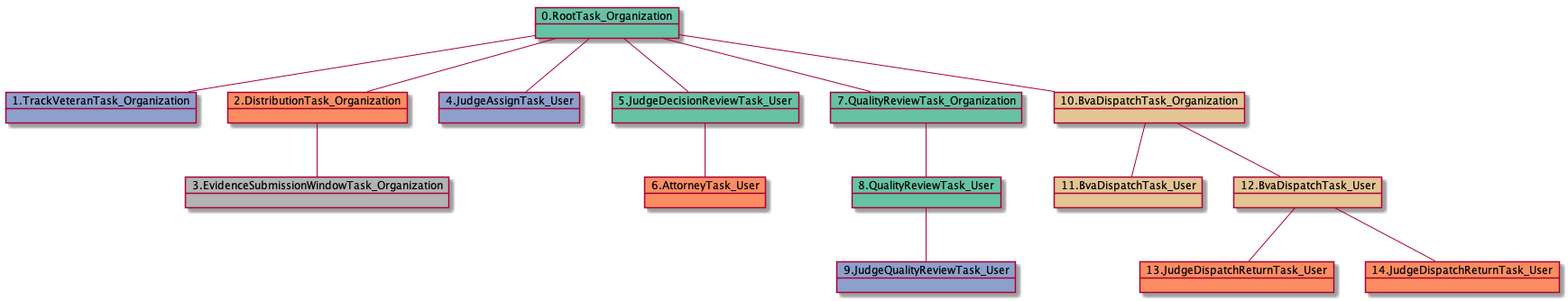
yoomlam/graphing keeps this PlantUML diagram as docs-ES/uml/RTO.TVTO.DTO.ESWTO.JATU.JDRTU-15411.png. Above is the earlier version. Its diagram source:
```plantuml
@startuml
object 0.RootTask_Organization #66c2a5
object 1.TrackVeteranTask_Organization #8da0cb
object 2.DistributionTask_Organization #fc8d62
object 3.EvidenceSubmissionWindowTask_Organization #b3b3b3
object 4.JudgeAssignTask_User #8da0cb
object 5.JudgeDecisionReviewTask_User #66c2a5
object 6.AttorneyTask_User #fc8d62
object 7.QualityReviewTask_Organization #66c2a5
object 8.QualityReviewTask_User #66c2a5
object 9.JudgeQualityReviewTask_User #8da0cb
object 10.BvaDispatchTask_Organization #e5c494
object 11.BvaDispatchTask_User #e5c494
object 12.BvaDispatchTask_User #e5c494
object 13.JudgeDispatchReturnTask_User #fc8d62
object 14.JudgeDispatchReturnTask_User #fc8d62
0.RootTask_Organization -- 1.TrackVeteranTask_Organization
0.RootTask_Organization -- 2.DistributionTask_Organization
2.DistributionTask_Organization -- 3.EvidenceSubmissionWindowTask_Organization
0.RootTask_Organization -- 4.JudgeAssignTask_User
0.RootTask_Organization -- 5.JudgeDecisionReviewTask_User
5.JudgeDecisionReviewTask_User -- 6.AttorneyTask_User
0.RootTask_Organization -- 7.QualityReviewTask_Organization
7.QualityReviewTask_Organization -- 8.QualityReviewTask_User
8.QualityReviewTask_User -- 9.JudgeQualityReviewTask_User
0.RootTask_Organization -- 10.BvaDispatchTask_Organization
10.BvaDispatchTask_Organization -- 11.BvaDispatchTask_User
10.BvaDispatchTask_Organization -- 12.BvaDispatchTask_User
12.BvaDispatchTask_User -- 13.JudgeDispatchReturnTask_User
12.BvaDispatchTask_User -- 14.JudgeDispatchReturnTask_User
@enduml
```
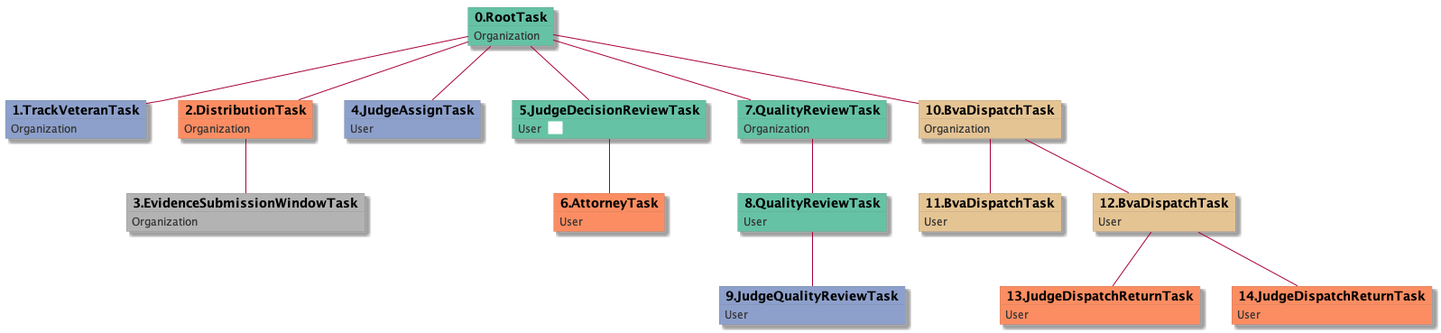
The same file after the commit.

Diff of the diagram source:
```diff
@@ -1,31 +1,69 @@
 @startuml
-object 0.RootTask_Organization #66c2a5
-object 1.TrackVeteranTask_Organization #8da0cb
-object 2.DistributionTask_Organization #fc8d62
-object 3.EvidenceSubmissionWindowTask_Organization #b3b3b3
-object 4.JudgeAssignTask_User #8da0cb
-object 5.JudgeDecisionReviewTask_User #66c2a5
-object 6.AttorneyTask_User #fc8d62
-object 7.QualityReviewTask_Organization #66c2a5
-object 8.QualityReviewTask_User #66c2a5
-object 9.JudgeQualityReviewTask_User #8da0cb
-object 10.BvaDispatchTask_Organization #e5c494
-object 11.BvaDispatchTask_User #e5c494
-object 12.BvaDispatchTask_User #e5c494
-object 13.JudgeDispatchReturnTask_User #fc8d62
-object 14.JudgeDispatchReturnTask_User #fc8d62
-0.RootTask_Organization -- 1.TrackVeteranTask_Organization
-0.RootTask_Organization -- 2.DistributionTask_Organization
-2.DistributionTask_Organization -- 3.EvidenceSubmissionWindowTask_Organization
-0.RootTask_Organization -- 4.JudgeAssignTask_User
-0.RootTask_Organization -- 5.JudgeDecisionReviewTask_User
-5.JudgeDecisionReviewTask_User -- 6.AttorneyTask_User
-0.RootTask_Organization -- 7.QualityReviewTask_Organization
-7.QualityReviewTask_Organization -- 8.QualityReviewTask_User
-8.QualityReviewTask_User -- 9.JudgeQualityReviewTask_User
-0.RootTask_Organization -- 10.BvaDispatchTask_Organization
-10.BvaDispatchTask_Organization -- 11.BvaDispatchTask_User
-10.BvaDispatchTask_Organization -- 12.BvaDispatchTask_User
-12.BvaDispatchTask_User -- 13.JudgeDispatchReturnTask_User
-12.BvaDispatchTask_User -- 14.JudgeDispatchReturnTask_User
+skinparam {
+  ObjectBorderColor #555
+  ObjectBorderThickness 0
+  ObjectFontStyle bold
+  ObjectFontSize 14
+  ObjectAttributeFontColor #333
+  ObjectAttributeFontSize 12
+}
+  object 0.RootTask #66c2a5 {
+Organization
+}
+  object 1.TrackVeteranTask #8da0cb {
+Organization
+}
+  object 2.DistributionTask #fc8d62 {
+Organization
+}
+  object 3.EvidenceSubmissionWindowTask #b3b3b3 {
+Organization
+}
+  object 4.JudgeAssignTask #8da0cb {
+User
+}
+  object 5.JudgeDecisionReviewTask #66c2a5 {
+User  <back:white>    </back>
+}
+  object 6.AttorneyTask #fc8d62 {
+User
+}
+  object 7.QualityReviewTask #66c2a5 {
+Organization
+}
+  object 8.QualityReviewTask #66c2a5 {
+User
+}
+  object 9.JudgeQualityReviewTask #8da0cb {
+User
+}
+  object 10.BvaDispatchTask #e5c494 {
+Organization
+}
+  object 11.BvaDispatchTask #e5c494 {
+User
+}
+  object 12.BvaDispatchTask #e5c494 {
+User
+}
+  object 13.JudgeDispatchReturnTask #fc8d62 {
+User
+}
+  object 14.JudgeDispatchReturnTask #fc8d62 {
+User
+}
+0.RootTask -- 1.TrackVeteranTask
+0.RootTask -- 2.DistributionTask
+2.DistributionTask -- 3.EvidenceSubmissionWindowTask
+0.RootTask -- 4.JudgeAssignTask
+0.RootTask -- 5.JudgeDecisionReviewTask
+5.JudgeDecisionReviewTask -- 6.AttorneyTask
+0.RootTask -- 7.QualityReviewTask
+7.QualityReviewTask -- 8.QualityReviewTask
+8.QualityReviewTask -- 9.JudgeQualityReviewTask
+0.RootTask -- 10.BvaDispatchTask
+10.BvaDispatchTask -- 11.BvaDispatchTask
+10.BvaDispatchTask -- 12.BvaDispatchTask
+12.BvaDispatchTask -- 13.JudgeDispatchReturnTask
+12.BvaDispatchTask -- 14.JudgeDispatchReturnTask
 @enduml
```
